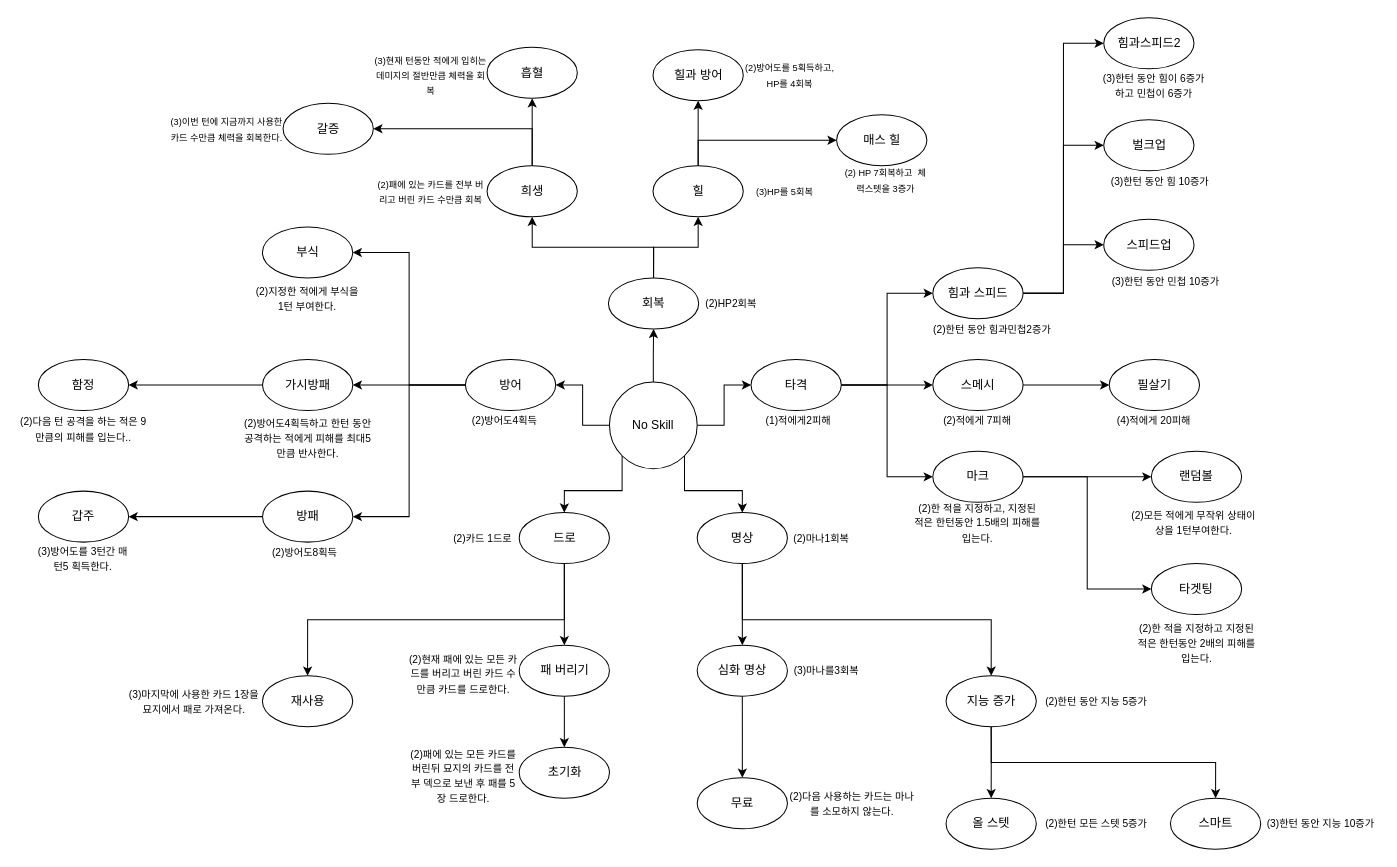
This is 게임 디자인/기획/스킬 트리.drawio from DahamChoi/Exlix, a draw.io file, before an edit. Source tidied: cells renumbered, new cells numbered last; positions are measured from the earlier drawing's top-left corner, leaving out a move shared by most shapes. Both pictures are drawn from the tidied source at 102%, with x=0, y=0 at pixel (17, 17).
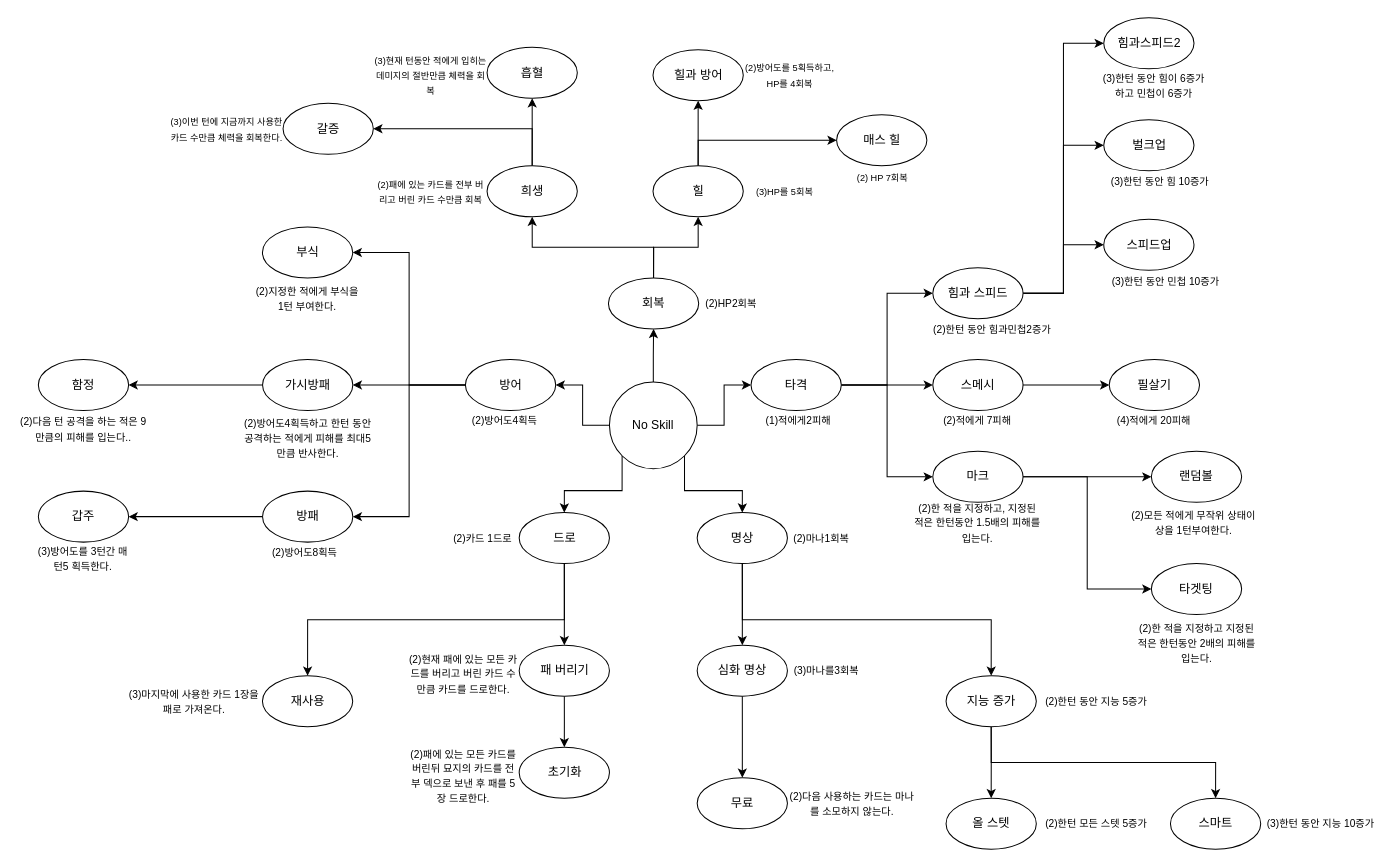
The same diagram, later.

What changed in the source:
```diff
@@
-    <mxCell id="43" value="&lt;font style=&quot;font-size: 9px&quot;&gt;(2) HP 7회복하고&amp;nbsp; 체력스텟을 3증가&lt;/font&gt;" style="text;html=1;strokeColor=none;fillColor=none;align=center;verticalAlign=middle;whiteSpace=wrap;rounded=0;shadow=0;" parent="1" vertex="1">
-      <mxGeometry x="809.7" y="147.5" width="81.5" height="22.5" as="geometry" />
+    <mxCell id="43" value="&lt;font style=&quot;font-size: 9px&quot;&gt;(2) HP 7회복&lt;/font&gt;" style="text;html=1;strokeColor=none;fillColor=none;align=center;verticalAlign=middle;whiteSpace=wrap;rounded=0;shadow=0;" parent="1" vertex="1">
+      <mxGeometry x="792.7" y="145" width="110.3" height="22.5" as="geometry" />
     </mxCell>
@@
-    <mxCell id="73" value="&lt;font style=&quot;font-size: 10px&quot;&gt;(3)마지막에 사용한 카드 1장을 묘지에서 패로 가져온다.&lt;/font&gt;" style="text;html=1;strokeColor=none;fillColor=none;align=center;verticalAlign=middle;whiteSpace=wrap;rounded=0;shadow=0;" parent="1" vertex="1">
+    <mxCell id="73" value="&lt;font style=&quot;font-size: 10px&quot;&gt;(3)마지막에 사용한 카드 1장을 패로 가져온다.&lt;/font&gt;" style="text;html=1;strokeColor=none;fillColor=none;align=center;verticalAlign=middle;whiteSpace=wrap;rounded=0;shadow=0;" parent="1" vertex="1">
       <mxGeometry x="106.7" y="660" width="131.5" height="20" as="geometry" />
     </mxCell>
```
